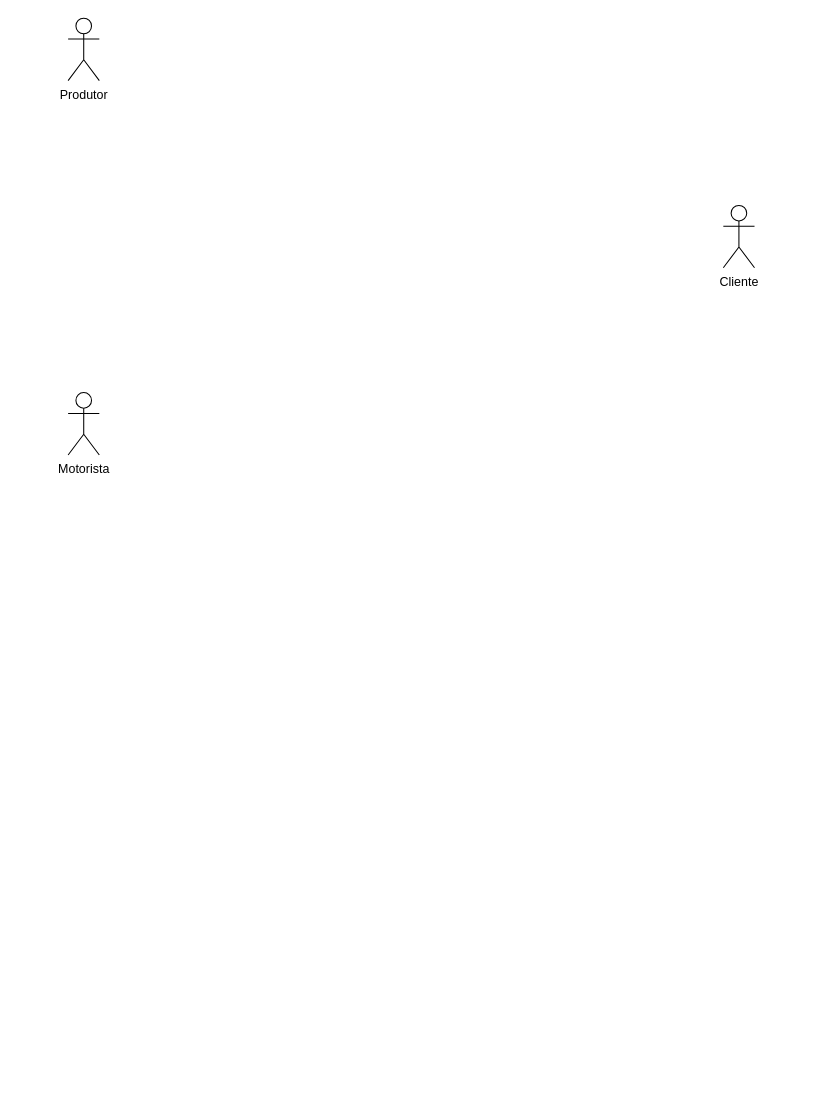
Earlier version of the draw.io diagram Diagrama de casos de uso do agroway.drawio (Agro-Way/Front-end). Source tidied: cells renumbered, new cells numbered last; positions are measured from the earlier drawing's top-left corner, leaving out a move shared by most shapes. Both pictures are drawn from the tidied source at 104%, with x=0, y=0 at pixel (68, 18).
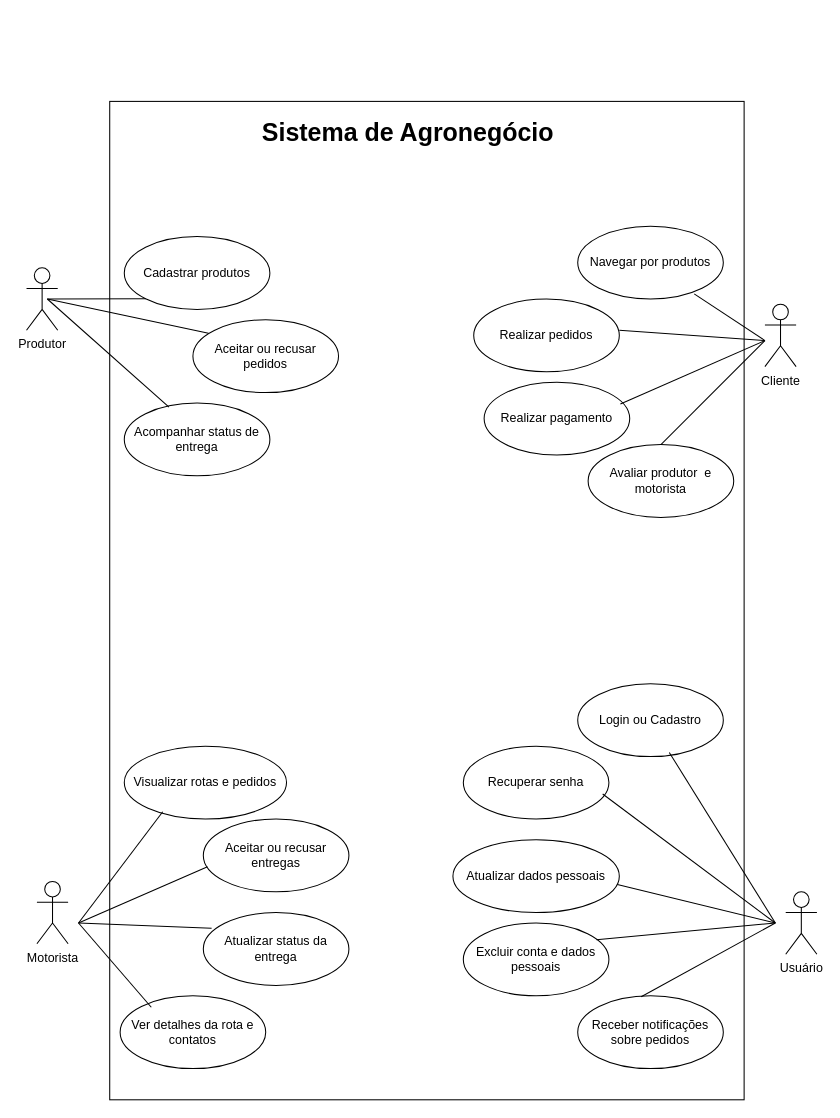
The same diagram, later.

Commit message:
Atualização do diagrama de casos de uso

What changed in the source:
```diff
@@
     <mxCell id="2" value="Motorista" style="shape=umlActor;verticalLabelPosition=bottom;verticalAlign=top;html=1;" parent="1" vertex="1">
-      <mxGeometry y="360" width="30" height="60" as="geometry" />
+      <mxGeometry x="-30" y="830" width="30" height="60" as="geometry" />
     </mxCell>
     <mxCell id="3" value="Produtor" style="shape=umlActor;verticalLabelPosition=bottom;verticalAlign=top;html=1;" parent="1" vertex="1">
-      <mxGeometry width="30" height="60" as="geometry" />
+      <mxGeometry x="-40" y="240" width="30" height="60" as="geometry" />
     </mxCell>
     <mxCell id="4" value="Cliente&lt;div&gt;&lt;br&gt;&lt;/div&gt;" style="shape=umlActor;verticalLabelPosition=bottom;verticalAlign=top;html=1;" parent="1" vertex="1">
-      <mxGeometry x="630" y="180" width="30" height="60" as="geometry" />
+      <mxGeometry x="670" y="275" width="30" height="60" as="geometry" />
     </mxCell>
+    <mxCell id="5" style="rounded=0;whiteSpace=wrap;html=1;fontStyle=4;" parent="1" vertex="1">
+      <mxGeometry x="40" y="80" width="610" height="960" as="geometry" />
+    </mxCell>
+    <mxCell id="6" value="&lt;h1 style=&quot;margin-top: 0px;&quot;&gt;Sistema de Agronegócio&lt;/h1&gt;" style="text;html=1;whiteSpace=wrap;overflow=hidden;rounded=0;align=center;fontStyle=0;" parent="1" vertex="1">
+      <mxGeometry x="170" y="90" width="314" height="40" as="geometry" />
+    </mxCell>
+    <mxCell id="7" value="Cadastrar produtos" style="ellipse;whiteSpace=wrap;html=1;" parent="1" vertex="1">
+      <mxGeometry x="54" y="210" width="140" height="70" as="geometry" />
+    </mxCell>
+    <mxCell id="8" value="Aceitar ou recusar pedidos" style="ellipse;whiteSpace=wrap;html=1;" parent="1" vertex="1">
+      <mxGeometry x="120" y="290" width="140" height="70" as="geometry" />
+    </mxCell>
+    <mxCell id="9" value="Acompanhar status de entrega" style="ellipse;whiteSpace=wrap;html=1;" parent="1" vertex="1">
+      <mxGeometry x="54" y="370" width="140" height="70" as="geometry" />
+    </mxCell>
+    <mxCell id="10" value="Avaliar produtor&amp;nbsp; e motorista" style="ellipse;whiteSpace=wrap;html=1;" parent="1" vertex="1">
+      <mxGeometry x="500" y="410" width="140" height="70" as="geometry" />
+    </mxCell>
+    <mxCell id="11" value="Realizar pagamento" style="ellipse;whiteSpace=wrap;html=1;" parent="1" vertex="1">
+      <mxGeometry x="400" y="350" width="140" height="70" as="geometry" />
+    </mxCell>
+    <mxCell id="12" value="Realizar pedidos" style="ellipse;whiteSpace=wrap;html=1;" parent="1" vertex="1">
+      <mxGeometry x="390" y="270" width="140" height="70" as="geometry" />
+    </mxCell>
+    <mxCell id="13" value="Navegar por produtos" style="ellipse;whiteSpace=wrap;html=1;" parent="1" vertex="1">
+      <mxGeometry x="490" y="200" width="140" height="70" as="geometry" />
+    </mxCell>
+    <mxCell id="14" value="Aceitar ou recusar entregas" style="ellipse;whiteSpace=wrap;html=1;" parent="1" vertex="1">
+      <mxGeometry x="130" y="770" width="140" height="70" as="geometry" />
+    </mxCell>
+    <mxCell id="15" value="Ver detalhes da rota e contatos" style="ellipse;whiteSpace=wrap;html=1;" parent="1" vertex="1">
+      <mxGeometry x="50" y="940" width="140" height="70" as="geometry" />
+    </mxCell>
+    <mxCell id="16" value="Atualizar status da entrega" style="ellipse;whiteSpace=wrap;html=1;" parent="1" vertex="1">
+      <mxGeometry x="130" y="860" width="140" height="70" as="geometry" />
+    </mxCell>
+    <mxCell id="17" value="Visualizar rotas e pedidos" style="ellipse;whiteSpace=wrap;html=1;" parent="1" vertex="1">
+      <mxGeometry x="54" y="700" width="156" height="70" as="geometry" />
+    </mxCell>
+    <mxCell id="18" value="Usuário" style="shape=umlActor;verticalLabelPosition=bottom;verticalAlign=top;html=1;" parent="1" vertex="1">
+      <mxGeometry x="690" y="840" width="30" height="60" as="geometry" />
+    </mxCell>
+    <mxCell id="19" value="Recuperar senha" style="ellipse;whiteSpace=wrap;html=1;" parent="1" vertex="1">
+      <mxGeometry x="380" y="700" width="140" height="70" as="geometry" />
+    </mxCell>
+    <mxCell id="20" value="Login ou Cadastro" style="ellipse;whiteSpace=wrap;html=1;" parent="1" vertex="1">
+      <mxGeometry x="490" y="640" width="140" height="70" as="geometry" />
+    </mxCell>
+    <mxCell id="21" value="Atualizar dados pessoais" style="ellipse;whiteSpace=wrap;html=1;" parent="1" vertex="1">
+      <mxGeometry x="370" y="790" width="160" height="70" as="geometry" />
+    </mxCell>
+    <mxCell id="22" value="Excluir conta e dados pessoais" style="ellipse;whiteSpace=wrap;html=1;" parent="1" vertex="1">
+      <mxGeometry x="380" y="870" width="140" height="70" as="geometry" />
+    </mxCell>
+    <mxCell id="23" value="Receber notificações sobre pedidos" style="ellipse;whiteSpace=wrap;html=1;" parent="1" vertex="1">
+      <mxGeometry x="490" y="940" width="140" height="70" as="geometry" />
+    </mxCell>
+    <mxCell id="24" style="endArrow=none;html=1;rounded=0;entryX=0;entryY=1;entryDx=0;entryDy=0;" parent="1" edge="1" target="7">
+      <mxGeometry relative="1" as="geometry">
+        <mxPoint x="-20" y="270" as="sourcePoint" />
+      </mxGeometry>
+    </mxCell>
+    <mxCell id="25" style="endArrow=none;html=1;rounded=0;entryX=0.107;entryY=0.186;entryDx=0;entryDy=0;entryPerimeter=0;" parent="1" edge="1" target="8">
+      <mxGeometry relative="1" as="geometry">
+        <mxPoint x="-20" y="270" as="sourcePoint" />
+      </mxGeometry>
+    </mxCell>
+    <mxCell id="26" style="endArrow=none;html=1;rounded=0;entryX=0.307;entryY=0.057;entryDx=0;entryDy=0;entryPerimeter=0;" parent="1" edge="1" target="9">
+      <mxGeometry relative="1" as="geometry">
+        <mxPoint x="-20" y="270" as="sourcePoint" />
+      </mxGeometry>
+    </mxCell>
+    <mxCell id="27" style="endArrow=none;html=1;rounded=0;exitX=0.8;exitY=0.929;exitDx=0;exitDy=0;exitPerimeter=0;" parent="1" edge="1" source="13">
+      <mxGeometry relative="1" as="geometry">
+        <mxPoint x="670" y="310" as="targetPoint" />
+      </mxGeometry>
+    </mxCell>
+    <mxCell id="28" style="endArrow=none;html=1;rounded=0;" parent="1" edge="1">
+      <mxGeometry relative="1" as="geometry">
+        <mxPoint x="530" y="300" as="sourcePoint" />
+        <mxPoint x="670" y="310" as="targetPoint" />
+      </mxGeometry>
+    </mxCell>
+    <mxCell id="29" style="endArrow=none;html=1;rounded=0;exitX=0.936;exitY=0.3;exitDx=0;exitDy=0;exitPerimeter=0;" parent="1" edge="1" source="11">
+      <mxGeometry relative="1" as="geometry">
+        <mxPoint x="670" y="310" as="targetPoint" />
+      </mxGeometry>
+    </mxCell>
+    <mxCell id="30" style="endArrow=none;html=1;rounded=0;exitX=0.5;exitY=0;exitDx=0;exitDy=0;" parent="1" edge="1" source="10">
+      <mxGeometry relative="1" as="geometry">
+        <mxPoint x="670" y="310" as="targetPoint" />
+      </mxGeometry>
+    </mxCell>
+    <mxCell id="31" style="endArrow=none;html=1;rounded=0;entryX=0.237;entryY=0.9;entryDx=0;entryDy=0;entryPerimeter=0;" parent="1" edge="1" target="17">
+      <mxGeometry relative="1" as="geometry">
+        <mxPoint x="10" y="870" as="sourcePoint" />
+      </mxGeometry>
+    </mxCell>
+    <mxCell id="32" style="endArrow=none;html=1;rounded=0;entryX=0.029;entryY=0.657;entryDx=0;entryDy=0;entryPerimeter=0;" parent="1" edge="1" target="14">
+      <mxGeometry relative="1" as="geometry">
+        <mxPoint x="10" y="870" as="sourcePoint" />
+      </mxGeometry>
+    </mxCell>
+    <mxCell id="33" style="endArrow=none;html=1;rounded=0;entryX=0.057;entryY=0.214;entryDx=0;entryDy=0;entryPerimeter=0;" parent="1" edge="1" target="16">
+      <mxGeometry relative="1" as="geometry">
+        <mxPoint x="10" y="870" as="sourcePoint" />
+      </mxGeometry>
+    </mxCell>
+    <mxCell id="34" style="endArrow=none;html=1;rounded=0;entryX=0.214;entryY=0.157;entryDx=0;entryDy=0;entryPerimeter=0;" parent="1" edge="1" target="15">
+      <mxGeometry relative="1" as="geometry">
+        <mxPoint x="10" y="870" as="sourcePoint" />
+      </mxGeometry>
+    </mxCell>
+    <mxCell id="35" style="endArrow=none;html=1;rounded=0;exitX=0.629;exitY=0.943;exitDx=0;exitDy=0;exitPerimeter=0;" parent="1" edge="1" source="20">
+      <mxGeometry relative="1" as="geometry">
+        <mxPoint x="680" y="870" as="targetPoint" />
+      </mxGeometry>
+    </mxCell>
+    <mxCell id="36" style="endArrow=none;html=1;rounded=0;exitX=0.957;exitY=0.657;exitDx=0;exitDy=0;exitPerimeter=0;" parent="1" edge="1" source="19">
+      <mxGeometry relative="1" as="geometry">
+        <mxPoint x="680" y="870" as="targetPoint" />
+      </mxGeometry>
+    </mxCell>
+    <mxCell id="37" style="endArrow=none;html=1;rounded=0;exitX=0.988;exitY=0.614;exitDx=0;exitDy=0;exitPerimeter=0;" parent="1" edge="1" source="21">
+      <mxGeometry relative="1" as="geometry">
+        <mxPoint x="680" y="870" as="targetPoint" />
+      </mxGeometry>
+    </mxCell>
+    <mxCell id="38" style="endArrow=none;html=1;rounded=0;exitX=0.914;exitY=0.229;exitDx=0;exitDy=0;exitPerimeter=0;" parent="1" edge="1" source="22">
+      <mxGeometry relative="1" as="geometry">
+        <mxPoint x="680" y="870" as="targetPoint" />
+      </mxGeometry>
+    </mxCell>
+    <mxCell id="39" style="endArrow=none;html=1;rounded=0;exitX=0.436;exitY=0.014;exitDx=0;exitDy=0;exitPerimeter=0;" parent="1" edge="1" source="23">
+      <mxGeometry relative="1" as="geometry">
+        <mxPoint x="680" y="870" as="targetPoint" />
+      </mxGeometry>
+    </mxCell>
```
